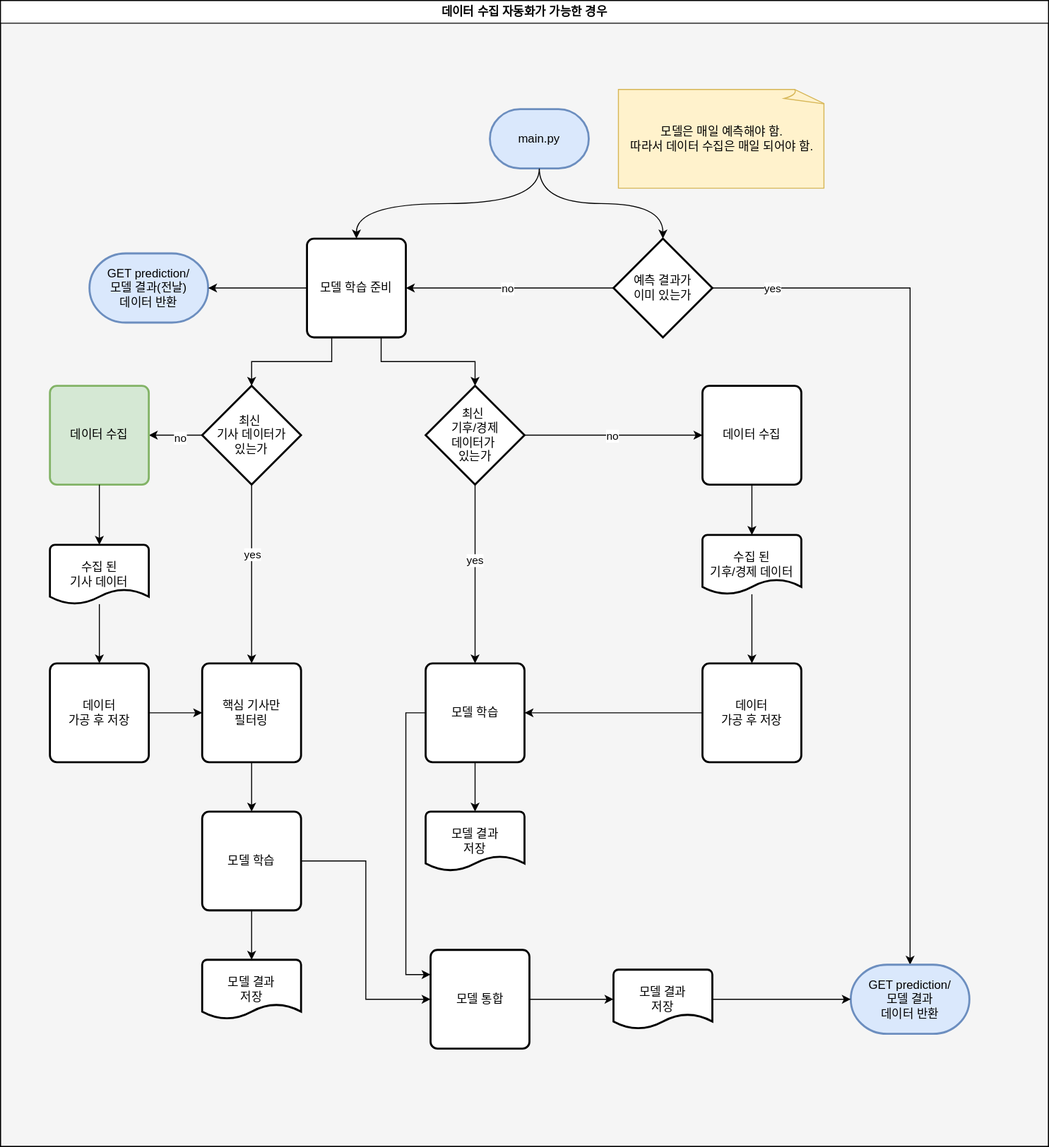
Above: docs/server-flowchart.drawio.svg in MJU-Capstone-2025/model-server (draw.io), before the change. Source tidied: cells renumbered, new cells last; positions are measured from the earlier drawing's top-left corner, leaving out a move shared by most shapes.
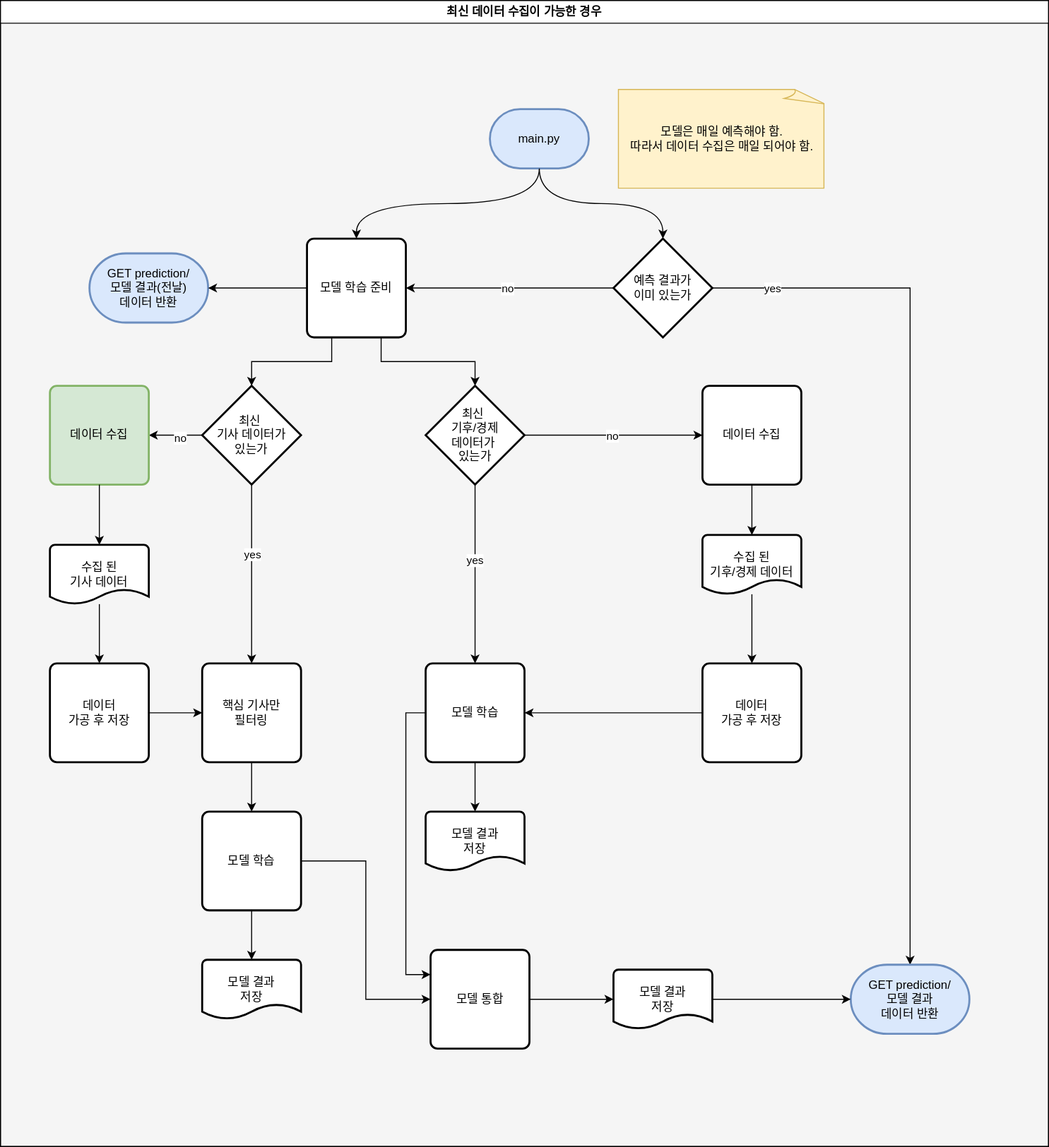
After the commit.

The edit, as a diff of the source:
```diff
@@ -5,7 +5,7 @@
     <mxCell id="2" style="rounded=0;whiteSpace=wrap;html=1;fillColor=#f5f5f5;fontColor=#333333;strokeColor=#666666;" parent="1" vertex="1">
       <mxGeometry y="20" width="1060" height="1140" as="geometry" />
     </mxCell>
-    <mxCell id="3" value="데이터 수집 자동화가 가능한 경우" style="swimlane;whiteSpace=wrap;html=1;" parent="1" vertex="1">
+    <mxCell id="3" value="최신 데이터 수집이 가능한 경우" style="swimlane;whiteSpace=wrap;html=1;startSize=23;" parent="1" vertex="1">
       <mxGeometry width="1060" height="1160" as="geometry" />
     </mxCell>
     <mxCell id="4" style="edgeStyle=orthogonalEdgeStyle;rounded=0;jettySize=auto;html=1;exitX=0.5;exitY=1;exitDx=0;exitDy=0;exitPerimeter=0;entryX=0.5;entryY=0;entryDx=0;entryDy=0;curved=1;" parent="3" edge="1" source="5" target="13">
```
